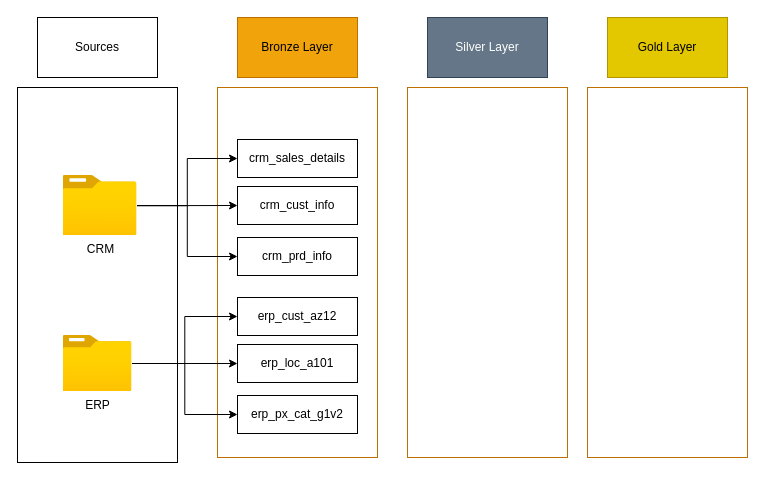
Dynamic747/draw_io keeps this draw.io diagram as Untitled Diagram.drawio. Above is the earlier version. Source tidied: cells renumbered, new cells numbered last; positions are measured from the earlier drawing's top-left corner, leaving out a move shared by most shapes. Both pictures are drawn from the tidied source at 100%, with x=0, y=0 at pixel (-91, 17).
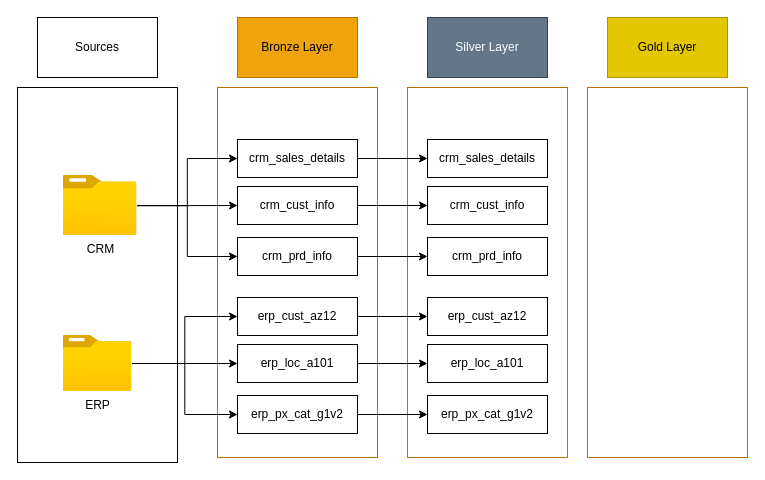
After the change.

Unchanged cells that the change refers to:
```xml
<mxCell id="18" value="crm_sales_details" style="rounded=0;whiteSpace=wrap;html=1;" parent="1" vertex="1">
  <mxGeometry x="328" y="122" width="120" height="38" as="geometry" />
</mxCell>
<mxCell id="19" value="crm_cust_info" style="rounded=0;whiteSpace=wrap;html=1;" parent="1" vertex="1">
  <mxGeometry x="328" y="169" width="120" height="38" as="geometry" />
</mxCell>
<mxCell id="20" value="crm_prd_info" style="rounded=0;whiteSpace=wrap;html=1;" parent="1" vertex="1">
  <mxGeometry x="328" y="220" width="120" height="38" as="geometry" />
</mxCell>
<mxCell id="21" value="erp_cust_az12" style="rounded=0;whiteSpace=wrap;html=1;" parent="1" vertex="1">
  <mxGeometry x="328" y="280" width="120" height="38" as="geometry" />
</mxCell>
<mxCell id="22" value="erp_loc_a101" style="rounded=0;whiteSpace=wrap;html=1;" parent="1" vertex="1">
  <mxGeometry x="328" y="327" width="120" height="38" as="geometry" />
</mxCell>
<mxCell id="23" value="erp_px_cat_g1v2" style="rounded=0;whiteSpace=wrap;html=1;" parent="1" vertex="1">
  <mxGeometry x="328" y="378" width="120" height="38" as="geometry" />
</mxCell>
```

The edit, as a diff of the source:
```diff
@@
+    <mxCell id="24" style="edgeStyle=orthogonalEdgeStyle;rounded=0;jettySize=auto;html=1;entryX=0;entryY=0.5;entryDx=0;entryDy=0;" parent="1" edge="1" source="18" target="30">
+      <mxGeometry relative="1" as="geometry" />
+    </mxCell>
@@
+    <mxCell id="25" style="edgeStyle=orthogonalEdgeStyle;rounded=0;jettySize=auto;html=1;entryX=0;entryY=0.5;entryDx=0;entryDy=0;" parent="1" edge="1" source="19" target="31">
+      <mxGeometry relative="1" as="geometry" />
+    </mxCell>
@@
+    <mxCell id="26" style="edgeStyle=orthogonalEdgeStyle;rounded=0;jettySize=auto;html=1;entryX=0;entryY=0.5;entryDx=0;entryDy=0;" parent="1" edge="1" source="20" target="32">
+      <mxGeometry relative="1" as="geometry" />
+    </mxCell>
@@
+    <mxCell id="27" style="edgeStyle=orthogonalEdgeStyle;rounded=0;jettySize=auto;html=1;entryX=0;entryY=0.5;entryDx=0;entryDy=0;" parent="1" edge="1" source="21" target="33">
+      <mxGeometry relative="1" as="geometry" />
+    </mxCell>
@@
+    <mxCell id="28" style="edgeStyle=orthogonalEdgeStyle;rounded=0;jettySize=auto;html=1;entryX=0;entryY=0.5;entryDx=0;entryDy=0;" parent="1" edge="1" source="22" target="34">
+      <mxGeometry relative="1" as="geometry" />
+    </mxCell>
@@
+    <mxCell id="29" style="edgeStyle=orthogonalEdgeStyle;rounded=0;jettySize=auto;html=1;entryX=0;entryY=0.5;entryDx=0;entryDy=0;" parent="1" edge="1" source="23" target="35">
+      <mxGeometry relative="1" as="geometry" />
+    </mxCell>
@@
+    <mxCell id="30" value="crm_sales_details" style="rounded=0;whiteSpace=wrap;html=1;" parent="1" vertex="1">
+      <mxGeometry x="518" y="122" width="120" height="38" as="geometry" />
+    </mxCell>
+    <mxCell id="31" value="crm_cust_info" style="rounded=0;whiteSpace=wrap;html=1;" parent="1" vertex="1">
+      <mxGeometry x="518" y="169" width="120" height="38" as="geometry" />
+    </mxCell>
+    <mxCell id="32" value="crm_prd_info" style="rounded=0;whiteSpace=wrap;html=1;" parent="1" vertex="1">
+      <mxGeometry x="518" y="220" width="120" height="38" as="geometry" />
+    </mxCell>
+    <mxCell id="33" value="erp_cust_az12" style="rounded=0;whiteSpace=wrap;html=1;" parent="1" vertex="1">
+      <mxGeometry x="518" y="280" width="120" height="38" as="geometry" />
+    </mxCell>
+    <mxCell id="34" value="erp_loc_a101" style="rounded=0;whiteSpace=wrap;html=1;" parent="1" vertex="1">
+      <mxGeometry x="518" y="327" width="120" height="38" as="geometry" />
+    </mxCell>
+    <mxCell id="35" value="erp_px_cat_g1v2" style="rounded=0;whiteSpace=wrap;html=1;" parent="1" vertex="1">
+      <mxGeometry x="518" y="378" width="120" height="38" as="geometry" />
+    </mxCell>
```
